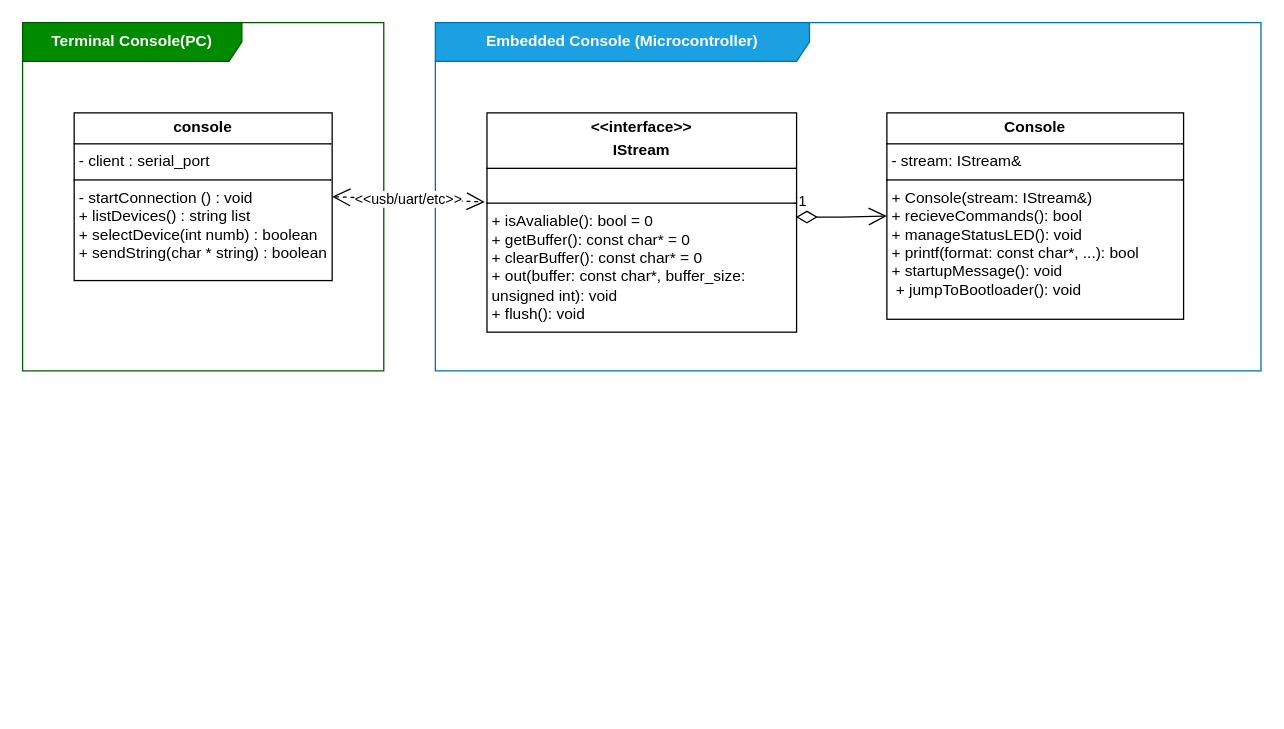
Flynsky/Embedded_Console keeps this draw.io diagram as doc/pic/overview_uml.drawio. Above is the earlier version. Source tidied: cells renumbered, new cells numbered last; positions are measured from the earlier drawing's top-left corner, leaving out a move shared by most shapes. Both pictures are drawn from the tidied source at 129%, with x=0, y=0 at pixel (22, 22).
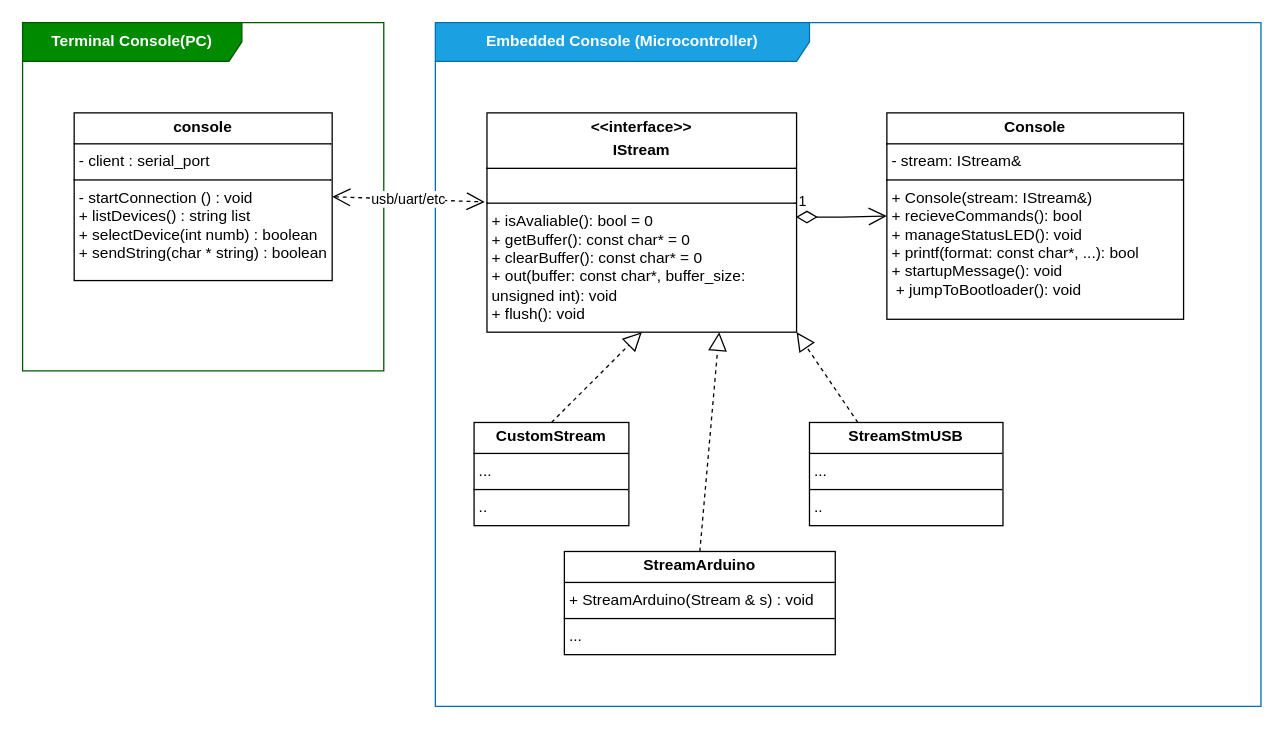
Above is the later version.

Diff of the diagram source:
```diff
@@
 <mxGraphModel>
   <root>
     <mxCell id="0" />
     <mxCell id="1" parent="0" />
     <mxCell id="2" value="&lt;span style=&quot;font-weight: 700;&quot;&gt;Embedded Console (Microcontroller)&lt;/span&gt;" style="shape=umlFrame;whiteSpace=wrap;html=1;width=290;height=30;fillColor=#1ba1e2;fontColor=#ffffff;strokeColor=#006EAF;" parent="1" vertex="1">
-      <mxGeometry x="320" width="640" height="270" as="geometry" />
+      <mxGeometry x="320" width="640" height="530" as="geometry" />
     </mxCell>
     <mxCell id="3" value="&lt;p style=&quot;margin:0px;margin-top:4px;text-align:center;&quot;&gt;&lt;b&gt;Console&lt;/b&gt;&lt;/p&gt;&lt;hr size=&quot;1&quot; style=&quot;border-style:solid;&quot;&gt;&lt;p style=&quot;margin:0px;margin-left:4px;&quot;&gt;- stream: IStream&amp;amp;&lt;br&gt;&lt;/p&gt;&lt;hr size=&quot;1&quot; style=&quot;border-style:solid;&quot;&gt;&lt;p style=&quot;margin:0px;margin-left:4px;&quot;&gt;+ Console(stream: IStream&amp;amp;)&amp;nbsp;&lt;/p&gt;&lt;p style=&quot;margin:0px;margin-left:4px;&quot;&gt;+ recieveCommands(): bool&amp;nbsp;&amp;nbsp;&lt;/p&gt;&lt;p style=&quot;margin:0px;margin-left:4px;&quot;&gt;+ manageStatusLED(): void&amp;nbsp;&amp;nbsp;&lt;/p&gt;&lt;p style=&quot;margin:0px;margin-left:4px;&quot;&gt;+ printf(format: const char*, ...): bool&amp;nbsp;&lt;/p&gt;&lt;p style=&quot;margin:0px;margin-left:4px;&quot;&gt;+ startupMessage(): void&amp;nbsp; &amp;nbsp;&lt;/p&gt;&lt;p style=&quot;margin:0px;margin-left:4px;&quot;&gt;&amp;nbsp;+ jumpToBootloader(): void&amp;nbsp;&lt;/p&gt;&lt;div&gt;&lt;br&gt;&lt;/div&gt;" style="verticalAlign=top;align=left;overflow=fill;html=1;whiteSpace=wrap;" parent="1" vertex="1">
       <mxGeometry x="670" y="70" width="230" height="160" as="geometry" />
     </mxCell>
     <mxCell id="4" value="&lt;p style=&quot;margin:0px;margin-top:4px;text-align:center;&quot;&gt;&lt;b&gt;&amp;lt;&amp;lt;interface&amp;gt;&amp;gt;&lt;/b&gt;&lt;/p&gt;&lt;p style=&quot;margin:0px;margin-top:4px;text-align:center;&quot;&gt;&lt;b&gt;IStream&lt;/b&gt;&lt;/p&gt;&lt;hr size=&quot;1&quot; style=&quot;border-style:solid;&quot;&gt;&lt;p style=&quot;margin:0px;margin-left:4px;&quot;&gt;&lt;br&gt;&lt;/p&gt;&lt;hr size=&quot;1&quot; style=&quot;border-style:solid;&quot;&gt;&lt;p style=&quot;margin:0px;margin-left:4px;&quot;&gt;+ isAvaliable(): bool = 0&amp;nbsp;&amp;nbsp;&lt;/p&gt;&lt;p style=&quot;margin:0px;margin-left:4px;&quot;&gt;+ getBuffer(): const char* = 0&amp;nbsp;&amp;nbsp;&lt;/p&gt;&lt;p style=&quot;margin:0px;margin-left:4px;&quot;&gt;+ clearBuffer(): const char* = 0&amp;nbsp;&amp;nbsp;&lt;/p&gt;&lt;p style=&quot;margin:0px;margin-left:4px;&quot;&gt;+ out(buffer: const char*, buffer_size: unsigned int): void&amp;nbsp;&amp;nbsp;&lt;/p&gt;&lt;p style=&quot;margin:0px;margin-left:4px;&quot;&gt;+ flush(): void&amp;nbsp;&amp;nbsp;&lt;/p&gt;&lt;div&gt;&lt;br&gt;&lt;/div&gt;&lt;p style=&quot;margin:0px;margin-left:4px;&quot;&gt;&lt;br&gt;&lt;/p&gt;" style="verticalAlign=top;align=left;overflow=fill;html=1;whiteSpace=wrap;" parent="1" vertex="1">
       <mxGeometry x="360" y="70" width="240" height="170" as="geometry" />
     </mxCell>
     <mxCell id="5" value="&lt;span style=&quot;font-weight: 700;&quot;&gt;Terminal Console(PC)&lt;/span&gt;" style="shape=umlFrame;whiteSpace=wrap;html=1;width=170;height=30;fillColor=#008a00;fontColor=#ffffff;strokeColor=#005700;" parent="1" vertex="1">
       <mxGeometry width="280" height="270" as="geometry" />
     </mxCell>
     <mxCell id="6" value="&lt;p style=&quot;margin:0px;margin-top:4px;text-align:center;&quot;&gt;&lt;b&gt;console&lt;/b&gt;&lt;/p&gt;&lt;hr size=&quot;1&quot; style=&quot;border-style:solid;&quot;&gt;&lt;p style=&quot;margin:0px;margin-left:4px;&quot;&gt;- client : serial_port&lt;br&gt;&lt;/p&gt;&lt;hr size=&quot;1&quot; style=&quot;border-style:solid;&quot;&gt;&lt;p style=&quot;margin:0px;margin-left:4px;&quot;&gt;- startConnection () : void&lt;/p&gt;&lt;p style=&quot;margin:0px;margin-left:4px;&quot;&gt;&lt;span style=&quot;background-color: transparent; color: light-dark(rgb(0, 0, 0), rgb(255, 255, 255));&quot;&gt;+ listDevices() : string list&lt;/span&gt;&lt;/p&gt;&lt;p style=&quot;margin:0px;margin-left:4px;&quot;&gt;+ selectDevice(int numb) : boolean&lt;/p&gt;&lt;p style=&quot;margin:0px;margin-left:4px;&quot;&gt;+ sendString(char * string) : boolean&lt;/p&gt;&lt;p style=&quot;margin:0px;margin-left:4px;&quot;&gt;&lt;br&gt;&lt;/p&gt;" style="verticalAlign=top;align=left;overflow=fill;html=1;whiteSpace=wrap;" parent="1" vertex="1">
       <mxGeometry x="40" y="70" width="200" height="130" as="geometry" />
     </mxCell>
-    <mxCell id="7" value="&amp;lt;&amp;lt;usb/uart/etc&amp;gt;&amp;gt;" style="endArrow=open;endSize=12;dashed=1;html=1;rounded=0;exitX=1;exitY=0.5;exitDx=0;exitDy=0;entryX=-0.007;entryY=0.406;entryDx=0;entryDy=0;entryPerimeter=0;startArrow=open;startFill=0;startSize=12;" parent="1" edge="1" source="6" target="4">
+    <mxCell id="7" value="usb/uart/etc" style="endArrow=open;endSize=12;dashed=1;html=1;rounded=0;exitX=1;exitY=0.5;exitDx=0;exitDy=0;entryX=-0.007;entryY=0.406;entryDx=0;entryDy=0;entryPerimeter=0;startArrow=open;startFill=0;startSize=12;" parent="1" edge="1" source="6" target="4">
       <mxGeometry relative="1" as="geometry" />
     </mxCell>
     <mxCell id="8" value="1" style="endArrow=open;html=1;endSize=12;startArrow=diamondThin;startSize=14;startFill=0;edgeStyle=orthogonalEdgeStyle;align=left;verticalAlign=bottom;rounded=0;exitX=0.998;exitY=0.475;exitDx=0;exitDy=0;entryX=0;entryY=0.5;entryDx=0;entryDy=0;exitPerimeter=0;" parent="1" edge="1" source="4" target="3">
       <mxGeometry x="-1" y="3" relative="1" as="geometry" />
     </mxCell>
+    <mxCell id="9" value="&lt;p style=&quot;margin:0px;margin-top:4px;text-align:center;&quot;&gt;&lt;b style=&quot;background-color: transparent; color: light-dark(rgb(0, 0, 0), rgb(255, 255, 255));&quot;&gt;StreamArduino&lt;/b&gt;&lt;/p&gt;&lt;hr size=&quot;1&quot; style=&quot;border-style:solid;&quot;&gt;&lt;p style=&quot;margin:0px;margin-left:4px;&quot;&gt;+ StreamArduino(Stream &amp;amp; s) : void&lt;/p&gt;&lt;hr size=&quot;1&quot; style=&quot;border-style:solid;&quot;&gt;&lt;p style=&quot;margin:0px;margin-left:4px;&quot;&gt;...&lt;/p&gt;&lt;div&gt;&lt;br&gt;&lt;/div&gt;&lt;p style=&quot;margin:0px;margin-left:4px;&quot;&gt;&lt;br&gt;&lt;/p&gt;" style="verticalAlign=top;align=left;overflow=fill;html=1;whiteSpace=wrap;" parent="1" vertex="1">
+      <mxGeometry x="420" y="410" width="210" height="80" as="geometry" />
+    </mxCell>
+    <mxCell id="10" value="&lt;p style=&quot;margin:0px;margin-top:4px;text-align:center;&quot;&gt;&lt;b style=&quot;background-color: transparent; color: light-dark(rgb(0, 0, 0), rgb(255, 255, 255));&quot;&gt;StreamStmUSB&lt;/b&gt;&lt;/p&gt;&lt;hr size=&quot;1&quot; style=&quot;border-style:solid;&quot;&gt;&lt;p style=&quot;margin:0px;margin-left:4px;&quot;&gt;...&lt;/p&gt;&lt;hr size=&quot;1&quot; style=&quot;border-style:solid;&quot;&gt;&lt;p style=&quot;margin:0px;margin-left:4px;&quot;&gt;..&lt;/p&gt;&lt;div&gt;&lt;br&gt;&lt;/div&gt;&lt;p style=&quot;margin:0px;margin-left:4px;&quot;&gt;&lt;br&gt;&lt;/p&gt;" style="verticalAlign=top;align=left;overflow=fill;html=1;whiteSpace=wrap;" parent="1" vertex="1">
+      <mxGeometry x="610" y="310" width="150" height="80" as="geometry" />
+    </mxCell>
+    <mxCell id="11" style="endArrow=block;dashed=1;endFill=0;endSize=12;html=1;rounded=0;exitX=0.5;exitY=0;exitDx=0;exitDy=0;" parent="1" edge="1" source="9">
+      <mxGeometry relative="1" as="geometry">
+        <mxPoint x="540" y="240" as="targetPoint" />
+      </mxGeometry>
+    </mxCell>
+    <mxCell id="12" style="endArrow=block;dashed=1;endFill=0;endSize=12;html=1;rounded=0;exitX=0.25;exitY=0;exitDx=0;exitDy=0;entryX=1;entryY=1;entryDx=0;entryDy=0;" parent="1" edge="1" source="10" target="4">
+      <mxGeometry relative="1" as="geometry" />
+    </mxCell>
+    <mxCell id="13" value="&lt;p style=&quot;margin:0px;margin-top:4px;text-align:center;&quot;&gt;&lt;b style=&quot;background-color: transparent; color: light-dark(rgb(0, 0, 0), rgb(255, 255, 255));&quot;&gt;CustomStream&lt;/b&gt;&lt;/p&gt;&lt;hr size=&quot;1&quot; style=&quot;border-style:solid;&quot;&gt;&lt;p style=&quot;margin:0px;margin-left:4px;&quot;&gt;...&lt;/p&gt;&lt;hr size=&quot;1&quot; style=&quot;border-style:solid;&quot;&gt;&lt;p style=&quot;margin:0px;margin-left:4px;&quot;&gt;..&lt;/p&gt;&lt;div&gt;&lt;br&gt;&lt;/div&gt;&lt;p style=&quot;margin:0px;margin-left:4px;&quot;&gt;&lt;br&gt;&lt;/p&gt;" style="verticalAlign=top;align=left;overflow=fill;html=1;whiteSpace=wrap;" parent="1" vertex="1">
+      <mxGeometry x="350" y="310" width="120" height="80" as="geometry" />
+    </mxCell>
+    <mxCell id="14" style="endArrow=block;dashed=1;endFill=0;endSize=12;html=1;rounded=0;exitX=0.5;exitY=0;exitDx=0;exitDy=0;entryX=0.5;entryY=1;entryDx=0;entryDy=0;" parent="1" edge="1" source="13" target="4">
+      <mxGeometry relative="1" as="geometry">
+        <Array as="points">
+          <mxPoint x="480" y="240" />
+        </Array>
+      </mxGeometry>
+    </mxCell>
   </root>
 </mxGraphModel>
```
